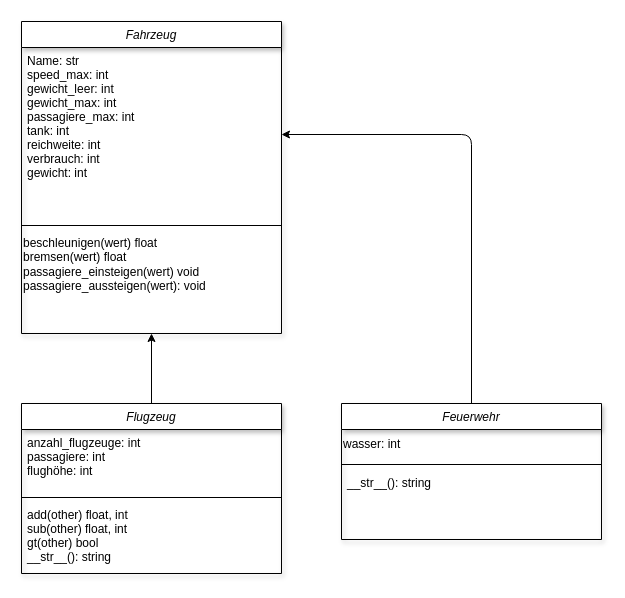
This is page "Flugzeug" (1 of 2) of Klassendiagramm.drawio from sstreichan/ProjektFlugzeug, a draw.io file, before an edit. Source tidied: cells renumbered, new cells numbered last; positions are measured from the earlier drawing's top-left corner, leaving out a move shared by most shapes. Both pictures are drawn from the tidied source at 100%, with x=0, y=0 at pixel (21, 21).
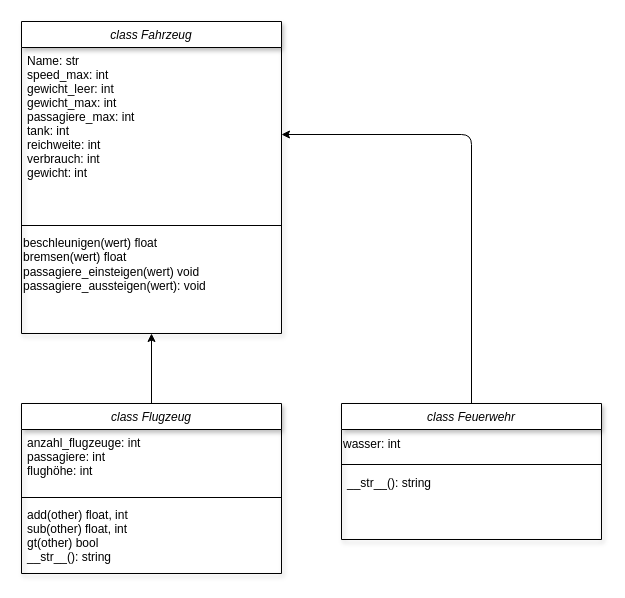
After the change.

Commit message (it also covers changes not shown here):
change: json files verschoben. add: flugzeug starten

Change to the diagram source:
```diff
@@
 <mxGraphModel>
   <root>
     <mxCell id="0" />
     <mxCell id="1" parent="0" />
     <mxCell id="2" style="edgeStyle=none;html=1;entryX=0.5;entryY=1;entryDx=0;entryDy=0;" parent="1" edge="1" source="3" target="7">
       <mxGeometry relative="1" as="geometry" />
     </mxCell>
-    <mxCell id="3" value="Flugzeug" style="swimlane;fontStyle=2;align=center;verticalAlign=top;horizontal=1;startSize=26;rounded=0;shadow=1;strokeWidth=1;" parent="1" vertex="1">
+    <mxCell id="3" value="class Flugzeug" style="swimlane;fontStyle=2;align=center;verticalAlign=top;horizontal=1;startSize=26;rounded=0;shadow=1;strokeWidth=1;" parent="1" vertex="1">
       <mxGeometry y="382" width="260" height="170" as="geometry" />
     </mxCell>
     <mxCell id="4" value="anzahl_flugzeuge: int&#10;passagiere: int&#10;flughöhe: int&#10;" style="text;align=left;verticalAlign=top;spacingLeft=4;spacingRight=4;overflow=hidden;rounded=0;shadow=0;html=0;" parent="3" vertex="1">
       <mxGeometry y="26" width="260" height="64" as="geometry" />
     </mxCell>
     <mxCell id="5" style="line;html=1;strokeWidth=1;align=left;verticalAlign=middle;spacingTop=-1;spacingLeft=3;spacingRight=3;labelPosition=right;" parent="3" vertex="1">
       <mxGeometry y="90" width="260" height="8" as="geometry" />
     </mxCell>
     <mxCell id="6" value="add(other) float, int&#10;sub(other) float, int&#10;gt(other) bool&#10;__str__(): string&#10;" style="text;align=left;verticalAlign=top;spacingLeft=4;spacingRight=4;overflow=hidden;" parent="3" vertex="1">
       <mxGeometry y="98" width="260" height="72" as="geometry" />
     </mxCell>
-    <mxCell id="7" value="Fahrzeug" style="swimlane;fontStyle=2;align=center;verticalAlign=top;horizontal=1;startSize=26;rounded=0;shadow=1;strokeWidth=1;" parent="1" vertex="1">
+    <mxCell id="7" value="class Fahrzeug" style="swimlane;fontStyle=2;align=center;verticalAlign=top;horizontal=1;startSize=26;rounded=0;shadow=1;strokeWidth=1;" parent="1" vertex="1">
       <mxGeometry width="260" height="312" as="geometry" />
     </mxCell>
     <mxCell id="8" value="Name: str&#10;speed_max: int&#10;gewicht_leer: int&#10;gewicht_max: int&#10;passagiere_max: int&#10;tank: int&#10;reichweite: int&#10;verbrauch: int&#10;gewicht: int" style="text;align=left;verticalAlign=top;spacingLeft=4;spacingRight=4;overflow=hidden;points=[[0,0.5],[1,0.5]];portConstraint=eastwest;rounded=0;shadow=0;html=0;" parent="7" vertex="1">
       <mxGeometry y="26" width="260" height="174" as="geometry" />
     </mxCell>
     <mxCell id="9" style="line;html=1;strokeWidth=1;align=left;verticalAlign=middle;spacingTop=-1;spacingLeft=3;spacingRight=3;labelPosition=right;" parent="7" vertex="1">
       <mxGeometry y="200" width="260" height="8" as="geometry" />
     </mxCell>
     <mxCell id="10" value="&lt;span style=&quot;&quot;&gt;beschleunigen(wert) float&lt;/span&gt;&lt;br style=&quot;padding: 0px; margin: 0px;&quot;&gt;&lt;span style=&quot;&quot;&gt;bremsen(wert) float&lt;/span&gt;&lt;br style=&quot;padding: 0px; margin: 0px;&quot;&gt;&lt;span style=&quot;&quot;&gt;passagiere_einsteigen(wert) void&lt;/span&gt;&lt;br style=&quot;padding: 0px; margin: 0px;&quot;&gt;&lt;span style=&quot;&quot;&gt;passagiere_aussteigen(wert): void&lt;/span&gt;" style="text;html=1;align=left;verticalAlign=middle;strokeColor=none;fillColor=none;" parent="7" vertex="1">
       <mxGeometry y="208" width="260" height="70" as="geometry" />
     </mxCell>
     <mxCell id="11" style="edgeStyle=none;html=1;" parent="1" edge="1" source="12" target="8">
       <mxGeometry relative="1" as="geometry">
         <Array as="points">
           <mxPoint x="450" y="113" />
         </Array>
       </mxGeometry>
     </mxCell>
-    <mxCell id="12" value="Feuerwehr" style="swimlane;fontStyle=2;align=center;verticalAlign=top;horizontal=1;startSize=26;rounded=0;shadow=1;strokeWidth=1;" parent="1" vertex="1">
+    <mxCell id="12" value="class Feuerwehr" style="swimlane;fontStyle=2;align=center;verticalAlign=top;horizontal=1;startSize=26;rounded=0;shadow=1;strokeWidth=1;" parent="1" vertex="1">
       <mxGeometry x="320" y="382" width="260" height="136" as="geometry" />
     </mxCell>
     <mxCell id="13" value="wasser: int&lt;br&gt;" style="text;html=1;align=left;verticalAlign=middle;strokeColor=none;fillColor=none;" parent="12" vertex="1">
       <mxGeometry y="26" width="260" height="30" as="geometry" />
     </mxCell>
     <mxCell id="14" style="line;html=1;strokeWidth=1;align=left;verticalAlign=middle;spacingTop=-1;spacingLeft=3;spacingRight=3;labelPosition=right;" parent="12" vertex="1">
       <mxGeometry y="56" width="260" height="10" as="geometry" />
     </mxCell>
     <mxCell id="15" value="__str__(): string&#10;" style="text;align=left;verticalAlign=top;spacingLeft=4;spacingRight=4;overflow=hidden;" parent="12" vertex="1">
       <mxGeometry y="66" width="260" height="70" as="geometry" />
     </mxCell>
   </root>
 </mxGraphModel>
```
